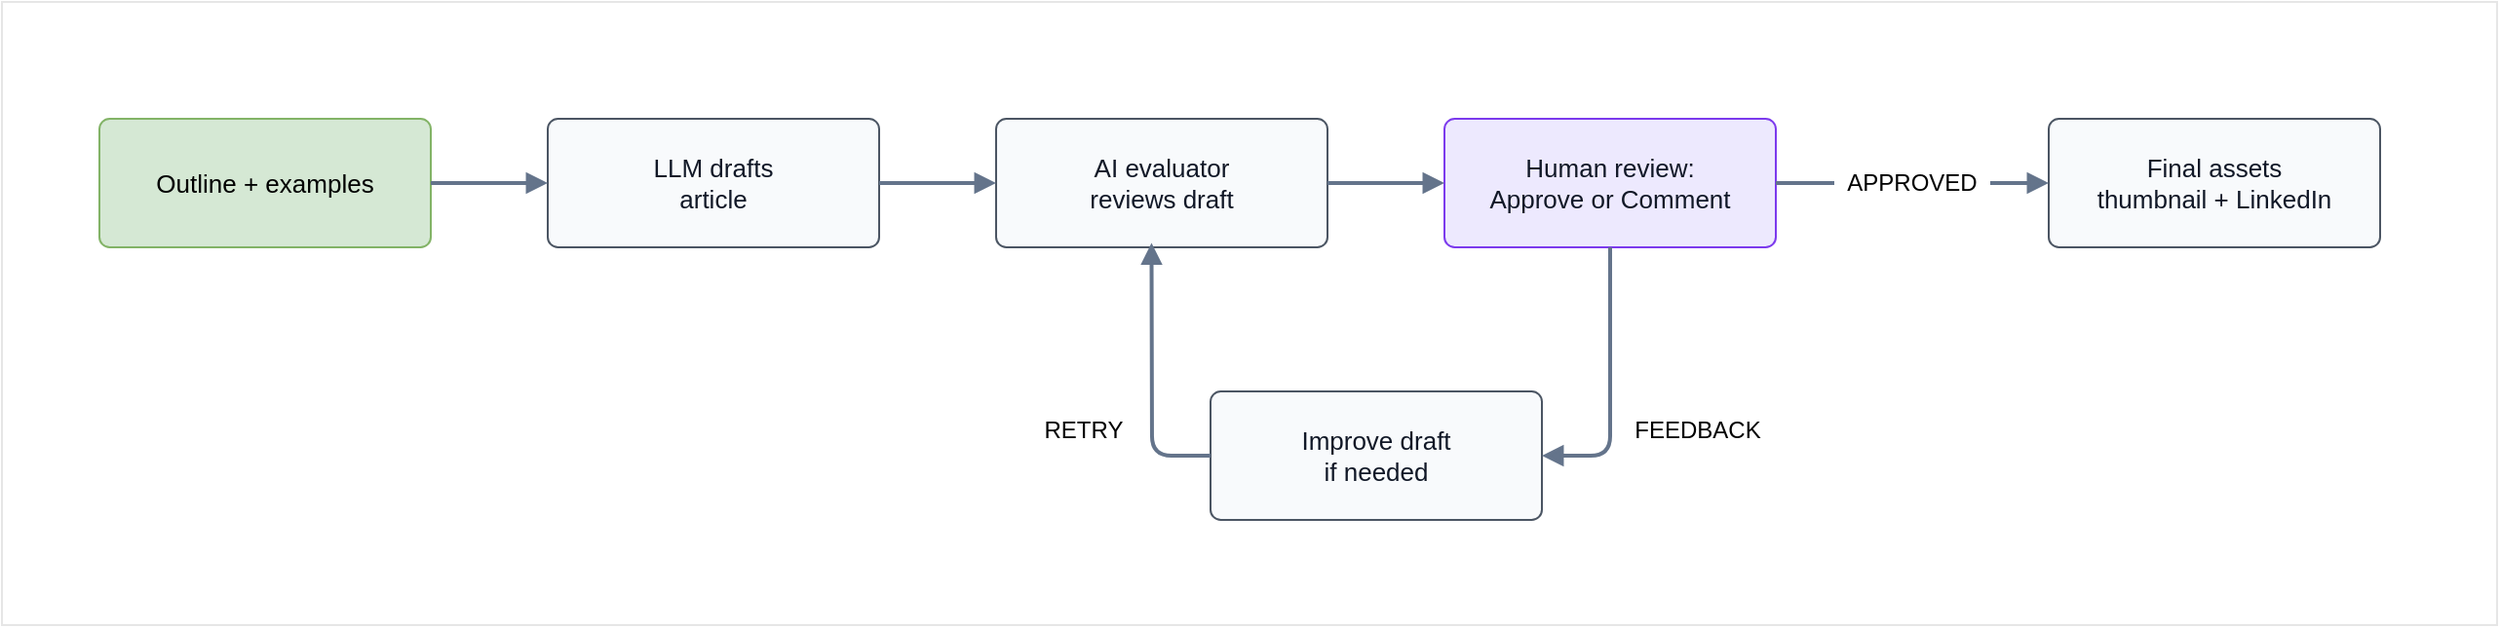
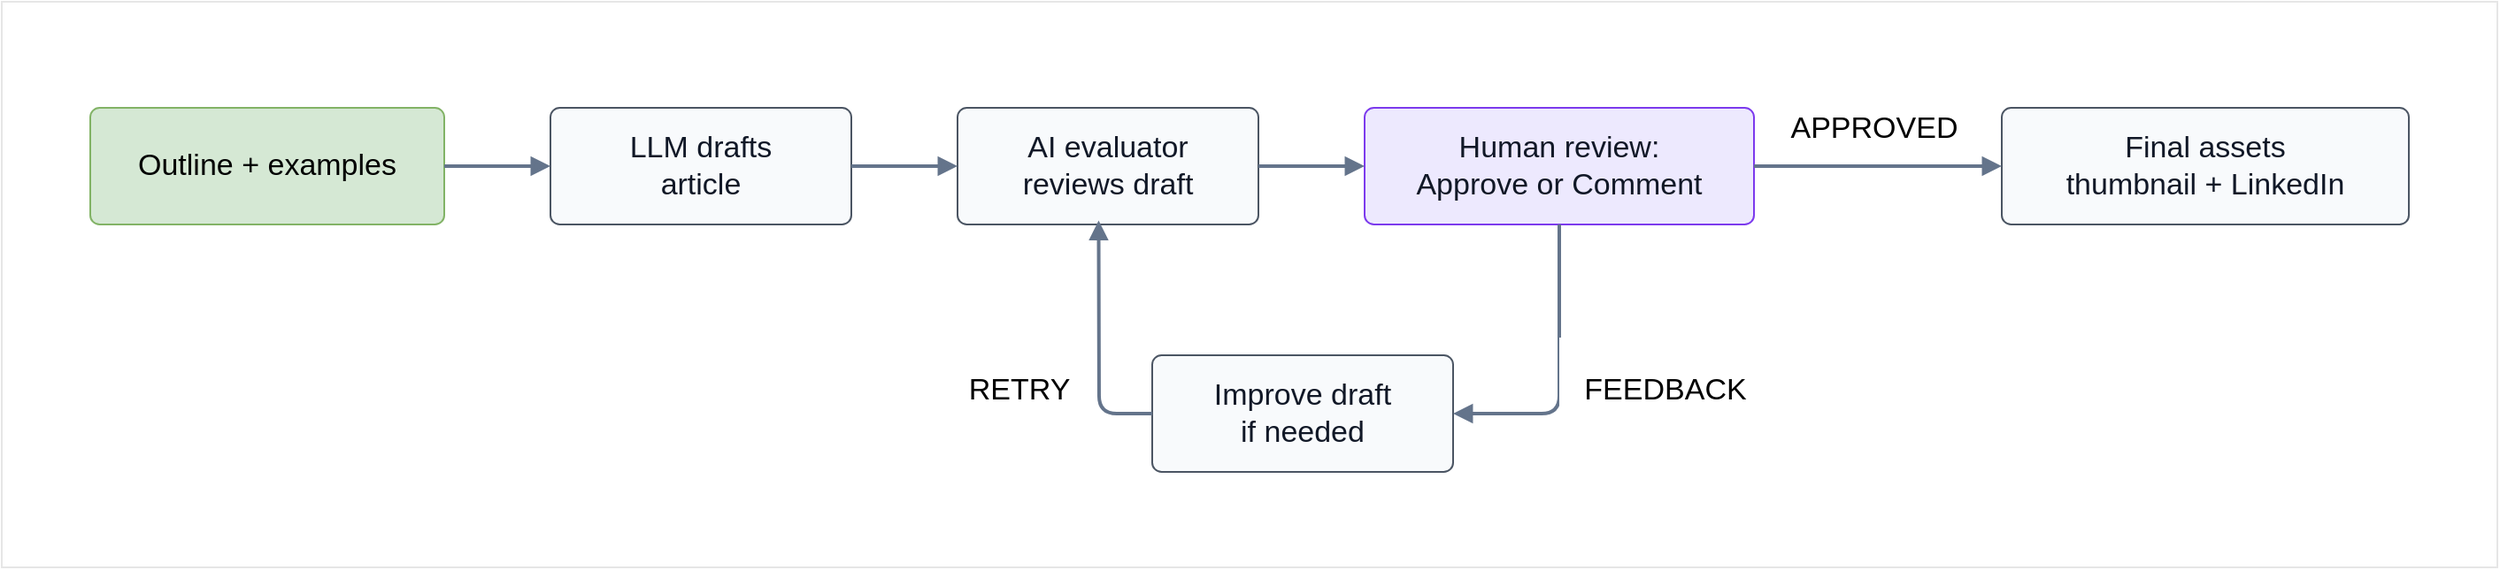
<mxfile host="Electron" agent="Mozilla/5.0 (Windows NT 10.0; Win64; x64) AppleWebKit/537.36 (KHTML, like Gecko) draw.io/29.5.2 Chrome/142.0.7444.265 Electron/39.6.1 Safari/537.36" version="29.5.2">
  <diagram id="ai-content-workflow-with-hitl" name="AI Content Workflow with HITL">
-     <mxGraphModel dx="2429" dy="766" grid="1" gridSize="10" guides="1" tooltips="1" connect="1" arrows="1" fold="1" page="1" pageScale="1" pageWidth="1120" pageHeight="520" math="0" shadow="0">
+     <mxGraphModel dx="2691" dy="901" grid="1" gridSize="10" guides="1" tooltips="1" connect="1" arrows="1" fold="1" page="1" pageScale="1" pageWidth="1120" pageHeight="520" math="0" shadow="0">
      <root>
        <mxCell id="0" />
        <mxCell id="1" parent="0" />
        <mxCell id="TaJI_nkuHpvtOrPKzqt5-5" parent="1" style="rounded=0;whiteSpace=wrap;html=1;strokeColor=#E6E6E6;" value="" vertex="1">
-           <mxGeometry height="320" width="1280" x="-130" y="120" as="geometry" />
+           <mxGeometry height="320" width="1410" x="-160" y="120" as="geometry" />
        </mxCell>
-         <mxCell id="id2" parent="1" style="rounded=1;whiteSpace=wrap;html=1;arcSize=8;strokeColor=#82b366;fillColor=#d5e8d4;fontSize=13;spacing=10;" value="Outline + examples" vertex="1">
-           <mxGeometry height="66" width="170" x="-80" y="180" as="geometry" />
+         <mxCell id="id2" parent="1" style="rounded=1;whiteSpace=wrap;html=1;arcSize=8;strokeColor=#82b366;fillColor=#d5e8d4;fontSize=17;spacing=10;" value="Outline + examples" vertex="1">
+           <mxGeometry height="66" width="200" x="-110" y="180" as="geometry" />
        </mxCell>
-         <mxCell id="id3" parent="1" style="rounded=1;whiteSpace=wrap;html=1;arcSize=8;strokeColor=#4b5563;fillColor=#f8fafc;fontColor=#111827;fontSize=13;spacing=10;" value="LLM drafts&lt;br&gt;article" vertex="1">
+         <mxCell id="id3" parent="1" style="rounded=1;whiteSpace=wrap;html=1;arcSize=8;strokeColor=#4b5563;fillColor=#f8fafc;fontColor=#111827;fontSize=17;spacing=10;" value="LLM drafts&lt;br&gt;article" vertex="1">
          <mxGeometry height="66" width="170" x="150" y="180" as="geometry" />
        </mxCell>
-         <mxCell id="id4" parent="1" style="rounded=1;whiteSpace=wrap;html=1;arcSize=8;strokeColor=#4b5563;fillColor=#f8fafc;fontColor=#111827;fontSize=13;spacing=10;" value="AI evaluator&lt;br&gt;reviews draft" vertex="1">
+         <mxCell id="id4" parent="1" style="rounded=1;whiteSpace=wrap;html=1;arcSize=8;strokeColor=#4b5563;fillColor=#f8fafc;fontColor=#111827;fontSize=17;spacing=10;" value="AI evaluator&lt;br&gt;reviews draft" vertex="1">
          <mxGeometry height="66" width="170" x="380" y="180" as="geometry" />
        </mxCell>
-         <mxCell id="id5" parent="1" style="rounded=1;whiteSpace=wrap;html=1;arcSize=8;strokeColor=#7c3aed;fillColor=#ede9fe;fontColor=#111827;fontSize=13;spacing=10;" value="Human review:&lt;br&gt;Approve or Comment" vertex="1">
-           <mxGeometry height="66" width="170" x="610" y="180" as="geometry" />
+         <mxCell id="id5" parent="1" style="rounded=1;whiteSpace=wrap;html=1;arcSize=8;strokeColor=#7c3aed;fillColor=#ede9fe;fontColor=#111827;fontSize=17;spacing=10;" value="Human review:&lt;br&gt;Approve or Comment" vertex="1">
+           <mxGeometry height="66" width="220" x="610" y="180" as="geometry" />
        </mxCell>
-         <mxCell id="id6" parent="1" style="rounded=1;whiteSpace=wrap;html=1;arcSize=8;strokeColor=#4b5563;fillColor=#f8fafc;fontColor=#111827;fontSize=13;spacing=10;" value="Improve draft&lt;br&gt;if needed" vertex="1">
+         <mxCell id="id6" parent="1" style="rounded=1;whiteSpace=wrap;html=1;arcSize=8;strokeColor=#4b5563;fillColor=#f8fafc;fontColor=#111827;fontSize=17;spacing=10;" value="Improve draft&lt;br&gt;if needed" vertex="1">
          <mxGeometry height="66" width="170" x="490" y="320" as="geometry" />
        </mxCell>
-         <mxCell id="id7" parent="1" style="rounded=1;whiteSpace=wrap;html=1;arcSize=8;strokeColor=#4b5563;fillColor=#f8fafc;fontColor=#111827;fontSize=13;spacing=10;" value="Final assets&lt;br&gt;thumbnail + LinkedIn" vertex="1">
-           <mxGeometry height="66" width="170" x="920" y="180" as="geometry" />
+         <mxCell id="id7" parent="1" style="rounded=1;whiteSpace=wrap;html=1;arcSize=8;strokeColor=#4b5563;fillColor=#f8fafc;fontColor=#111827;fontSize=17;spacing=10;" value="Final assets&lt;br&gt;thumbnail + LinkedIn" vertex="1">
+           <mxGeometry height="66" width="230" x="970" y="180" as="geometry" />
        </mxCell>
        <mxCell id="id8" edge="1" parent="1" source="id2" style="endArrow=block;html=1;rounded=0;strokeWidth=2;strokeColor=#64748b;fontColor=#475569;fontSize=11;" target="id3" value="">
          <mxGeometry relative="1" as="geometry" />
        </mxCell>
        <mxCell id="id9" edge="1" parent="1" source="id3" style="endArrow=block;html=1;rounded=0;strokeWidth=2;strokeColor=#64748b;fontColor=#475569;fontSize=11;" target="id4" value="">
          <mxGeometry relative="1" as="geometry" />
        </mxCell>
        <mxCell id="id10" edge="1" parent="1" source="id4" style="endArrow=block;html=1;rounded=0;strokeWidth=2;strokeColor=#64748b;fontColor=#475569;fontSize=11;" target="id5" value="">
          <mxGeometry relative="1" as="geometry" />
        </mxCell>
        <mxCell id="id11" edge="1" parent="1" source="id5" style="endArrow=block;html=1;rounded=1;strokeWidth=2;strokeColor=#64748b;fontColor=#475569;fontSize=11;exitX=0.5;exitY=1;exitDx=0;exitDy=0;entryX=1;entryY=0.5;entryDx=0;entryDy=0;curved=0;" target="id6" value="">
          <mxGeometry relative="1" x="0.4929" y="36" as="geometry">
            <mxPoint x="1" as="offset" />
            <Array as="points">
-               <mxPoint x="695" y="353" />
+               <mxPoint x="720" y="353" />
            </Array>
          </mxGeometry>
        </mxCell>
        <mxCell id="id12" edge="1" parent="1" source="id6" style="endArrow=block;html=1;rounded=1;strokeWidth=2;strokeColor=#64748b;fontColor=#475569;fontSize=11;exitX=0;exitY=0.5;exitDx=0;exitDy=0;curved=0;entryX=0.469;entryY=0.966;entryDx=0;entryDy=0;entryPerimeter=0;" target="id4" value="">
          <mxGeometry relative="1" x="-0.4153" y="20" as="geometry">
            <mxPoint as="offset" />
            <Array as="points">
              <mxPoint x="460" y="353" />
            </Array>
            <mxPoint x="440" y="250" as="targetPoint" />
          </mxGeometry>
        </mxCell>
        <mxCell id="id13" edge="1" parent="1" source="id5" style="endArrow=block;html=1;rounded=0;strokeWidth=2;strokeColor=#64748b;fontColor=#475569;fontSize=11;" target="id7" value="">
          <mxGeometry relative="1" as="geometry" />
        </mxCell>
-         <mxCell id="TaJI_nkuHpvtOrPKzqt5-1" parent="1" style="rounded=0;whiteSpace=wrap;html=1;strokeColor=none;" value="APPROVED" vertex="1">
-           <mxGeometry height="60" width="80" x="810" y="183" as="geometry" />
+         <mxCell id="TaJI_nkuHpvtOrPKzqt5-1" parent="1" style="rounded=0;whiteSpace=wrap;html=1;strokeColor=none;fontSize=17;fillColor=none;" value="APPROVED" vertex="1">
+           <mxGeometry height="60" width="110" x="843" y="162" as="geometry" />
        </mxCell>
-         <mxCell id="TaJI_nkuHpvtOrPKzqt5-3" parent="1" style="rounded=0;whiteSpace=wrap;html=1;strokeColor=none;" value="FEEDBACK" vertex="1">
-           <mxGeometry height="60" width="80" x="700" y="310" as="geometry" />
+         <mxCell id="TaJI_nkuHpvtOrPKzqt5-3" parent="1" style="rounded=0;whiteSpace=wrap;html=1;strokeColor=none;fontSize=17;" value="FEEDBACK" vertex="1">
+           <mxGeometry height="60" width="120" x="720" y="310" as="geometry" />
        </mxCell>
-         <mxCell id="TaJI_nkuHpvtOrPKzqt5-4" parent="1" style="rounded=0;whiteSpace=wrap;html=1;strokeColor=none;" value="RETRY" vertex="1">
-           <mxGeometry height="60" width="50" x="400" y="310" as="geometry" />
+         <mxCell id="TaJI_nkuHpvtOrPKzqt5-4" parent="1" style="rounded=0;whiteSpace=wrap;html=1;strokeColor=none;fontSize=17;" value="RETRY" vertex="1">
+           <mxGeometry height="60" width="70" x="380" y="310" as="geometry" />
        </mxCell>
      </root>
    </mxGraphModel>
  </diagram>
</mxfile>
